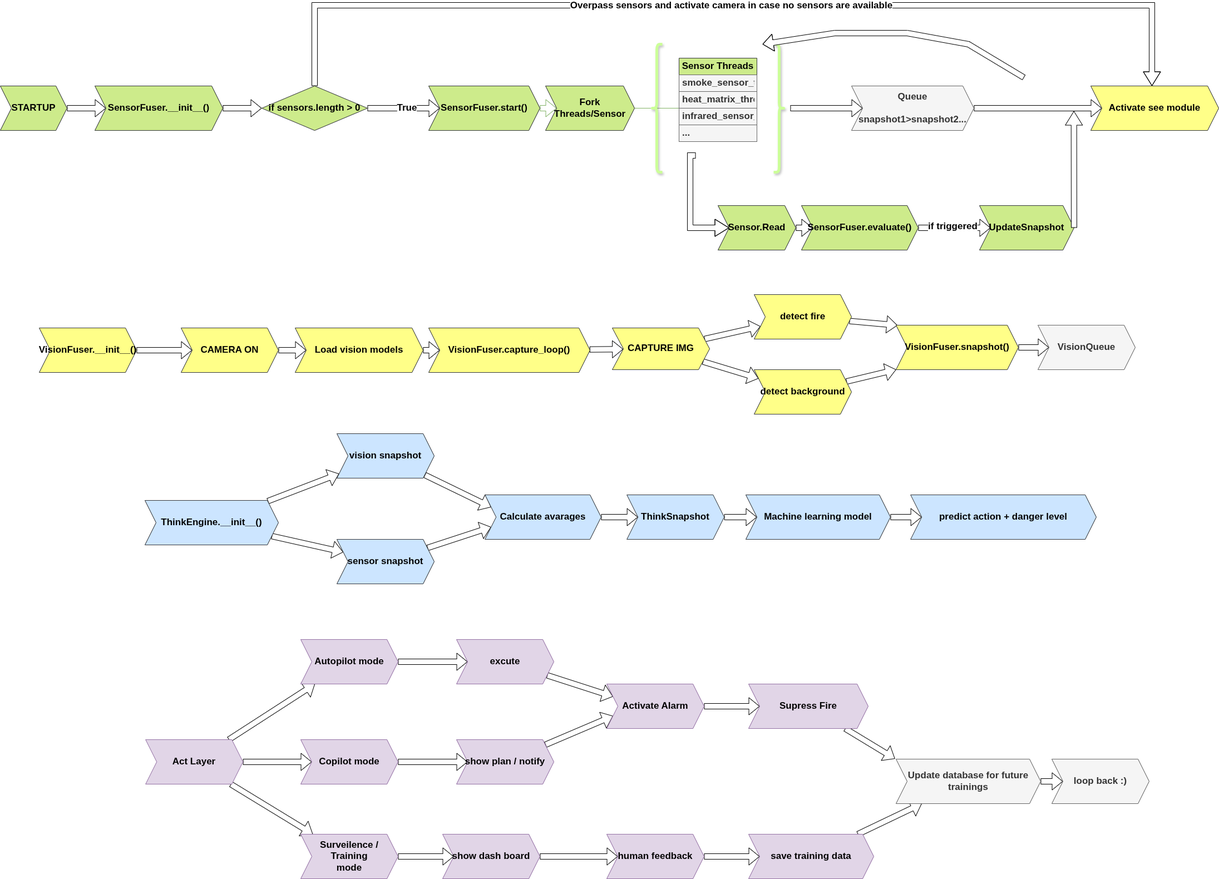
Earlier version of the draw.io export assets/flowchart_pipeline_overview.png (maya-fakih/smart_fire_extinguisher). Source tidied: cells renumbered, new cells last; positions are measured from the earlier drawing's top-left corner, leaving out a move shared by most shapes.
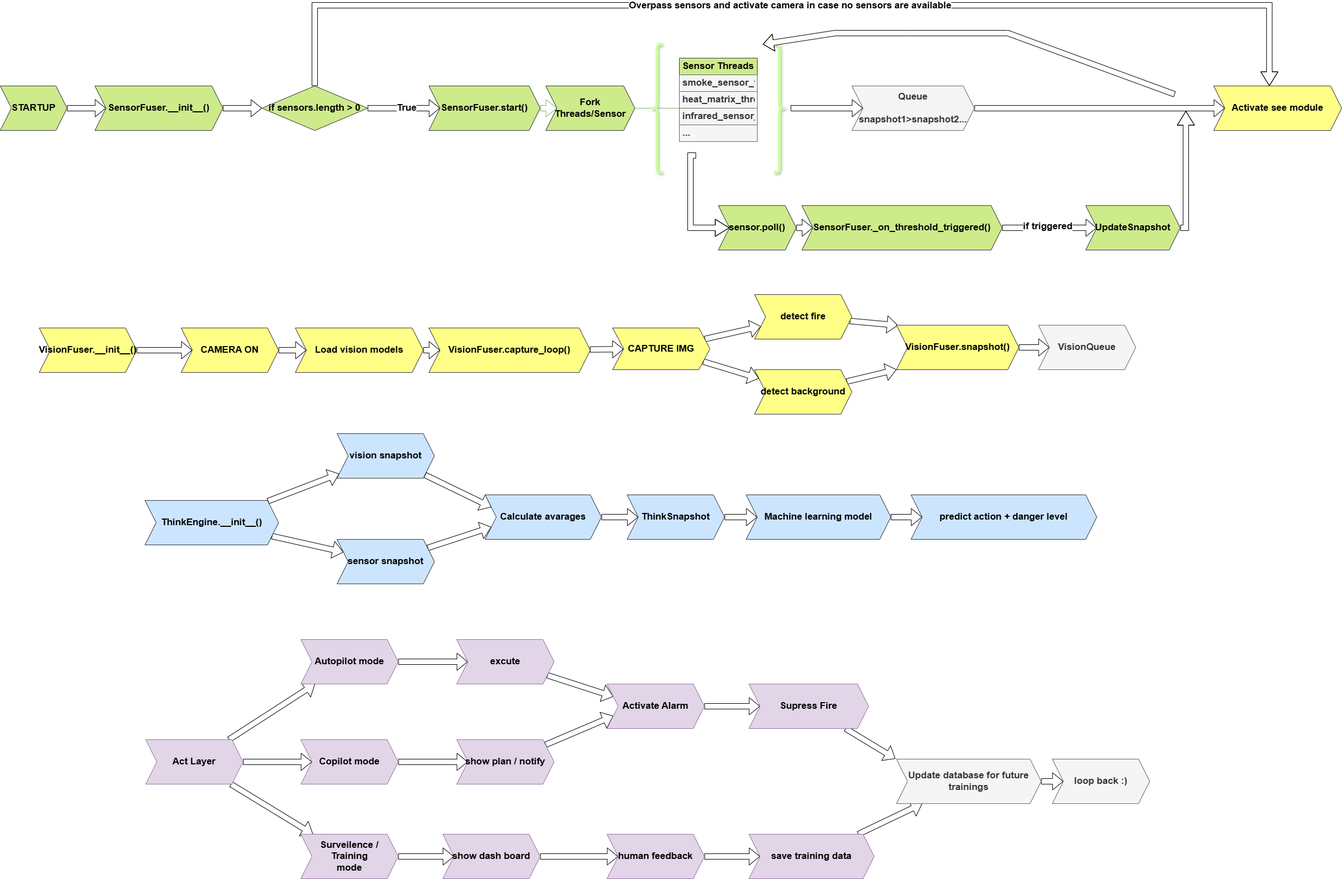
The same file after the commit.

The edit, as a diff of the source:
```diff
@@ -63,7 +63,7 @@
     <mxCell id="19" style="edgeStyle=none;html=1;fontSize=17;fontStyle=1;fillColor=default;shape=flexArrow;" parent="1" edge="1" source="20" target="23">
       <mxGeometry relative="1" as="geometry" />
     </mxCell>
-    <mxCell id="20" value="&lt;font&gt;Sensor.Read&lt;/font&gt;" style="shape=step;perimeter=stepPerimeter;whiteSpace=wrap;html=1;fixedSize=1;fillColor=#cdeb8b;strokeColor=#36393d;fontSize=17;fontStyle=1;" parent="1" vertex="1">
+    <mxCell id="20" value="&lt;span style=&quot;scrollbar-color: rgb(226, 226, 226) rgb(251, 251, 251); color: rgb(0, 0, 0);&quot;&gt;&lt;font style=&quot;&quot;&gt;sensor.poll()&lt;/font&gt;&lt;/span&gt;" style="shape=step;perimeter=stepPerimeter;whiteSpace=wrap;html=1;fixedSize=1;fillColor=#cdeb8b;strokeColor=#36393d;fontSize=17;fontStyle=1;" parent="1" vertex="1">
       <mxGeometry x="1290" y="360" width="140" height="80" as="geometry" />
     </mxCell>
     <mxCell id="21" style="edgeStyle=none;html=1;fontSize=17;fontStyle=1;shape=flexArrow;fillColor=default;" parent="1" edge="1" source="23" target="24">
@@ -72,15 +72,18 @@
     <mxCell id="22" value="if triggered" style="edgeLabel;html=1;align=center;verticalAlign=middle;fontSize=17;fontStyle=1;fillColor=#FFFFFF;" parent="21" vertex="1">
       <mxGeometry x="-0.05" y="3" relative="1" as="geometry" />
     </mxCell>
-    <mxCell id="23" value="&lt;font&gt;SensorFuser.evaluate()&lt;/font&gt;" style="shape=step;perimeter=stepPerimeter;whiteSpace=wrap;html=1;fixedSize=1;fillColor=#cdeb8b;strokeColor=#36393d;fontSize=17;fontStyle=1;" parent="1" vertex="1">
-      <mxGeometry x="1440" y="360" width="210" height="80" as="geometry" />
+    <mxCell id="23" value="&lt;span style=&quot;color: rgb(0, 0, 0);&quot;&gt;&lt;font style=&quot;&quot;&gt;SensorFuser._on_threshold_triggered()&lt;/font&gt;&lt;/span&gt;" style="shape=step;perimeter=stepPerimeter;whiteSpace=wrap;html=1;fixedSize=1;fillColor=#cdeb8b;strokeColor=#36393d;fontSize=17;fontStyle=1;" parent="1" vertex="1">
+      <mxGeometry x="1440" y="360" width="360" height="80" as="geometry" />
     </mxCell>
     <mxCell id="24" value="&lt;font&gt;UpdateSnapshot&lt;/font&gt;" style="shape=step;perimeter=stepPerimeter;whiteSpace=wrap;html=1;fixedSize=1;fillColor=#cdeb8b;strokeColor=#36393d;fontSize=17;fontStyle=1;" parent="1" vertex="1">
-      <mxGeometry x="1760" y="360" width="170" height="80" as="geometry" />
+      <mxGeometry x="1950" y="360" width="170" height="80" as="geometry" />
     </mxCell>
     <mxCell id="25" style="edgeStyle=elbowEdgeStyle;elbow=horizontal;endArrow=classic;html=1;curved=0;rounded=0;endSize=8;startSize=8;exitX=1;exitY=0.5;exitDx=0;exitDy=0;fontSize=17;fontStyle=1;shape=flexArrow;fillColor=default;" parent="1" edge="1" source="24">
       <mxGeometry relative="1" as="geometry">
-        <mxPoint x="1930" y="190" as="targetPoint" />
+        <mxPoint x="2130" y="190" as="targetPoint" />
+        <Array as="points">
+          <mxPoint x="2130" y="330" />
+        </Array>
       </mxGeometry>
     </mxCell>
     <mxCell id="26" style="edgeStyle=none;html=1;entryX=0;entryY=0.5;entryDx=0;entryDy=0;fontSize=17;fontStyle=1;fillColor=default;shape=flexArrow;" parent="1" edge="1" source="27" target="34">
@@ -91,10 +94,10 @@
     </mxCell>
     <mxCell id="28" style="curved=1;endArrow=classic;html=1;fontSize=17;fontStyle=1;fillColor=default;shape=flexArrow;" parent="1" edge="1">
       <mxGeometry relative="1" as="geometry">
-        <mxPoint x="1840" y="130" as="sourcePoint" />
+        <mxPoint x="2110" y="160" as="sourcePoint" />
         <mxPoint x="1370" y="70" as="targetPoint" />
         <Array as="points">
-          <mxPoint x="1740" y="70" />
+          <mxPoint x="1810" y="50" />
           <mxPoint x="1630" y="50" />
           <mxPoint x="1500" y="50" />
         </Array>
@@ -104,7 +107,7 @@
       <mxGeometry relative="1" as="geometry">
         <Array as="points">
           <mxPoint x="565" />
-          <mxPoint x="2070" />
+          <mxPoint x="2280" />
         </Array>
       </mxGeometry>
     </mxCell>
@@ -121,7 +124,7 @@
       <mxGeometry x="470" y="145" width="190" height="80" as="geometry" />
     </mxCell>
     <mxCell id="34" value="&lt;font&gt;Activate see module&lt;/font&gt;" style="shape=step;perimeter=stepPerimeter;whiteSpace=wrap;html=1;fixedSize=1;fillColor=#ffff88;strokeColor=#36393d;fontSize=17;fontStyle=1;" parent="1" vertex="1">
-      <mxGeometry x="1960" y="145" width="230" height="80" as="geometry" />
+      <mxGeometry x="2180" y="145" width="230" height="80" as="geometry" />
     </mxCell>
     <mxCell id="35" style="edgeStyle=none;html=1;fontSize=17;fontStyle=1;shape=flexArrow;fillColor=default;" parent="1" edge="1" source="36" target="38">
       <mxGeometry relative="1" as="geometry" />
```
